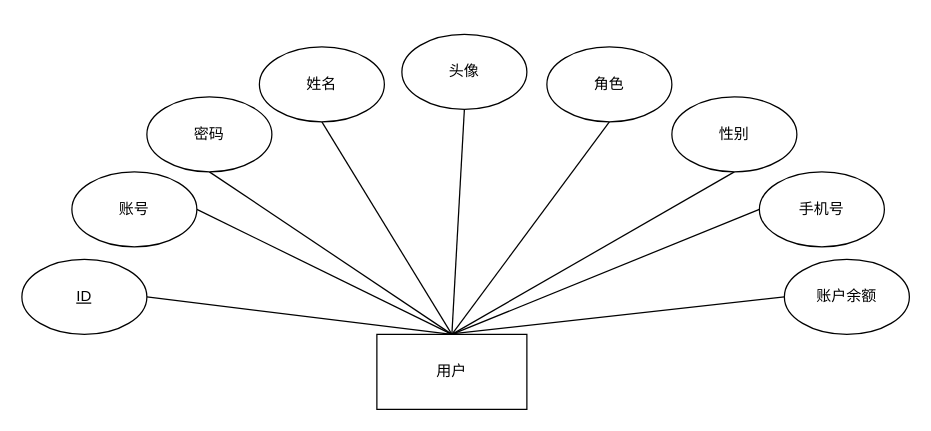
bzerozero7/test keeps this draw.io diagram as page "用户E-R图" (11 of 18) of main.drawio. Above is the earlier version. Source tidied: cells renumbered, new cells numbered last; positions are measured from the earlier drawing's top-left corner, leaving out a move shared by most shapes. Both pictures are drawn from the tidied source at 125%, with x=0, y=0 at pixel (21, 34).
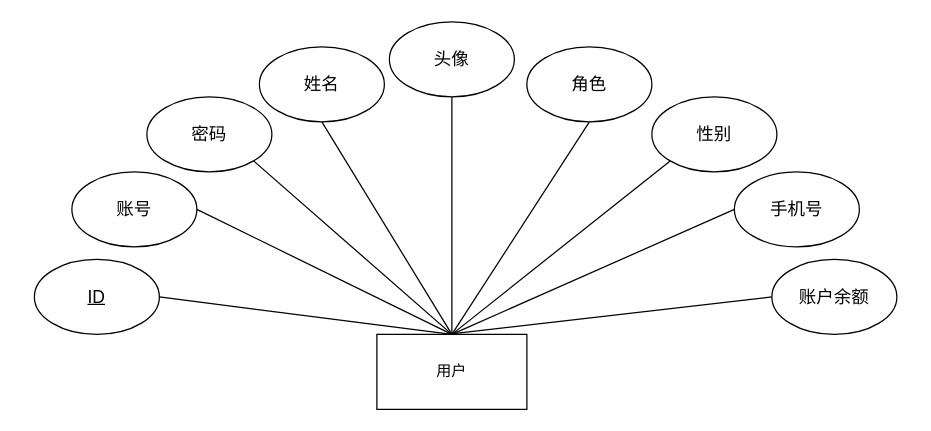
After the change.

The change refers to these unchanged cells:
```xml
<mxCell id="2" value="用户" style="rounded=0;whiteSpace=wrap;html=1;" parent="1" vertex="1">
  <mxGeometry x="284" y="240" width="120" height="60" as="geometry" />
</mxCell>
```

Change to the diagram source:
```diff
@@
-    <mxCell id="4" value="&lt;u&gt;ID&lt;/u&gt;" style="ellipse;whiteSpace=wrap;html=1;" parent="1" vertex="1">
-      <mxGeometry y="180" width="100" height="60" as="geometry" />
+    <mxCell id="4" value="&lt;u&gt;&lt;font style=&quot;font-size: 14px;&quot;&gt;ID&lt;/font&gt;&lt;/u&gt;" style="ellipse;whiteSpace=wrap;html=1;" parent="1" vertex="1">
+      <mxGeometry x="10" y="180" width="100" height="60" as="geometry" />
     </mxCell>
@@
-    <mxCell id="6" value="账号" style="ellipse;whiteSpace=wrap;html=1;" parent="1" vertex="1">
+    <mxCell id="6" value="&lt;font style=&quot;font-size: 14px;&quot;&gt;账号&lt;/font&gt;" style="ellipse;whiteSpace=wrap;html=1;" parent="1" vertex="1">
       <mxGeometry x="40" y="110" width="100" height="60" as="geometry" />
     </mxCell>
-    <mxCell id="7" style="rounded=0;jettySize=auto;html=1;exitX=0.5;exitY=1;exitDx=0;exitDy=0;entryX=0.5;entryY=0;entryDx=0;entryDy=0;endArrow=none;startFill=0;" parent="1" edge="1" source="8" target="2">
+    <mxCell id="7" style="rounded=0;jettySize=auto;html=1;exitX=1;exitY=1;exitDx=0;exitDy=0;entryX=0.5;entryY=0;entryDx=0;entryDy=0;endArrow=none;startFill=0;" parent="1" edge="1" source="8" target="2">
       <mxGeometry relative="1" as="geometry" />
     </mxCell>
-    <mxCell id="8" value="密码" style="ellipse;whiteSpace=wrap;html=1;" parent="1" vertex="1">
+    <mxCell id="8" value="&lt;font style=&quot;font-size: 14px;&quot;&gt;密码&lt;/font&gt;" style="ellipse;whiteSpace=wrap;html=1;" parent="1" vertex="1">
       <mxGeometry x="100" y="50" width="100" height="60" as="geometry" />
     </mxCell>
@@
-    <mxCell id="10" value="姓名" style="ellipse;whiteSpace=wrap;html=1;" parent="1" vertex="1">
+    <mxCell id="10" value="&lt;font style=&quot;font-size: 14px;&quot;&gt;姓名&lt;/font&gt;" style="ellipse;whiteSpace=wrap;html=1;" parent="1" vertex="1">
       <mxGeometry x="190" y="10" width="100" height="60" as="geometry" />
     </mxCell>
@@
-    <mxCell id="12" value="头像" style="ellipse;whiteSpace=wrap;html=1;" parent="1" vertex="1">
-      <mxGeometry x="304" width="100" height="60" as="geometry" />
+    <mxCell id="12" value="&lt;font style=&quot;font-size: 14px;&quot;&gt;头像&lt;/font&gt;" style="ellipse;whiteSpace=wrap;html=1;" parent="1" vertex="1">
+      <mxGeometry x="294" y="-10" width="100" height="60" as="geometry" />
     </mxCell>
@@
-    <mxCell id="14" value="角色" style="ellipse;whiteSpace=wrap;html=1;" parent="1" vertex="1">
-      <mxGeometry x="420" y="10" width="100" height="60" as="geometry" />
+    <mxCell id="14" value="&lt;font style=&quot;font-size: 14px;&quot;&gt;角色&lt;/font&gt;" style="ellipse;whiteSpace=wrap;html=1;" parent="1" vertex="1">
+      <mxGeometry x="404" y="10" width="100" height="60" as="geometry" />
     </mxCell>
-    <mxCell id="15" style="rounded=0;jettySize=auto;html=1;exitX=0.5;exitY=1;exitDx=0;exitDy=0;endArrow=none;startFill=0;" parent="1" edge="1" source="16">
+    <mxCell id="15" style="rounded=0;jettySize=auto;html=1;exitX=0;exitY=1;exitDx=0;exitDy=0;endArrow=none;startFill=0;" parent="1" edge="1" source="16">
       <mxGeometry relative="1" as="geometry">
         <mxPoint x="344" y="240" as="targetPoint" />
       </mxGeometry>
     </mxCell>
-    <mxCell id="16" value="性别" style="ellipse;whiteSpace=wrap;html=1;" parent="1" vertex="1">
-      <mxGeometry x="520" y="50" width="100" height="60" as="geometry" />
+    <mxCell id="16" value="&lt;font style=&quot;font-size: 14px;&quot;&gt;性别&lt;/font&gt;" style="ellipse;whiteSpace=wrap;html=1;" parent="1" vertex="1">
+      <mxGeometry x="504" y="50" width="100" height="60" as="geometry" />
     </mxCell>
@@
-    <mxCell id="18" value="手机号" style="ellipse;whiteSpace=wrap;html=1;" parent="1" vertex="1">
-      <mxGeometry x="590" y="110" width="100" height="60" as="geometry" />
+    <mxCell id="18" value="&lt;font style=&quot;font-size: 14px;&quot;&gt;手机号&lt;/font&gt;" style="ellipse;whiteSpace=wrap;html=1;" parent="1" vertex="1">
+      <mxGeometry x="570" y="110" width="100" height="60" as="geometry" />
     </mxCell>
@@
-    <mxCell id="20" value="账户余额" style="ellipse;whiteSpace=wrap;html=1;" parent="1" vertex="1">
-      <mxGeometry x="610" y="180" width="100" height="60" as="geometry" />
+    <mxCell id="20" value="&lt;font style=&quot;font-size: 14px;&quot;&gt;账户余额&lt;/font&gt;" style="ellipse;whiteSpace=wrap;html=1;" parent="1" vertex="1">
+      <mxGeometry x="600" y="180" width="100" height="60" as="geometry" />
     </mxCell>
```
